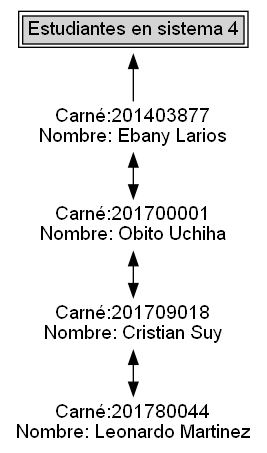
Before: EDD_Proyecto1_Fase1/Lista_sistema.png, a diagram exported from Graphviz (ChristopherMonterroso/EDD_1S2023_PY_201902363). Its source is kept beside it as EDD_Proyecto1_Fase1/Lista_sistema.dot.
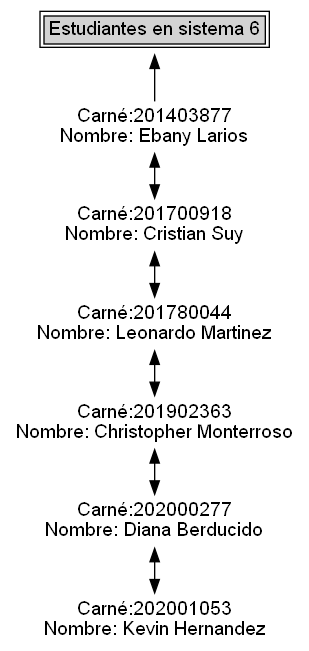
The same diagram one commit later.

Change to the diagram source:
```diff
@@ -2,21 +2,29 @@
  node[shape=none fontname=Helvetica]
  n0[ label = <
 <table>
-<tr><td bgcolor="lightgray">Estudiantes en sistema 4</td></tr></table> > ];
+<tr><td bgcolor="lightgray">Estudiantes en sistema 6</td></tr></table> > ];
 n1
 [label="Carné:201403877
 Nombre: Ebany Larios"];
 n2
-[label="Carné:201700001
-Nombre: Obito Uchiha"];
+[label="Carné:201700918
+Nombre: Cristian Suy"];
 n3
-[label="Carné:201709018
-Nombre: Cristian Suy"];
-n4
 [label="Carné:201780044
 Nombre: Leonardo Martinez"];
+n4
+[label="Carné:201902363
+Nombre: Christopher Monterroso"];
+n5
+[label="Carné:202000277
+Nombre: Diana Berducido"];
+n6
+[label="Carné:202001053
+Nombre: Kevin Hernandez"];
 n0->n1[dir=back]
 n1->n2[dir=both]
 n2->n3[dir=both]
 n3->n4[dir=both]
+n4->n5[dir=both]
+n5->n6[dir=both]
 }
```
